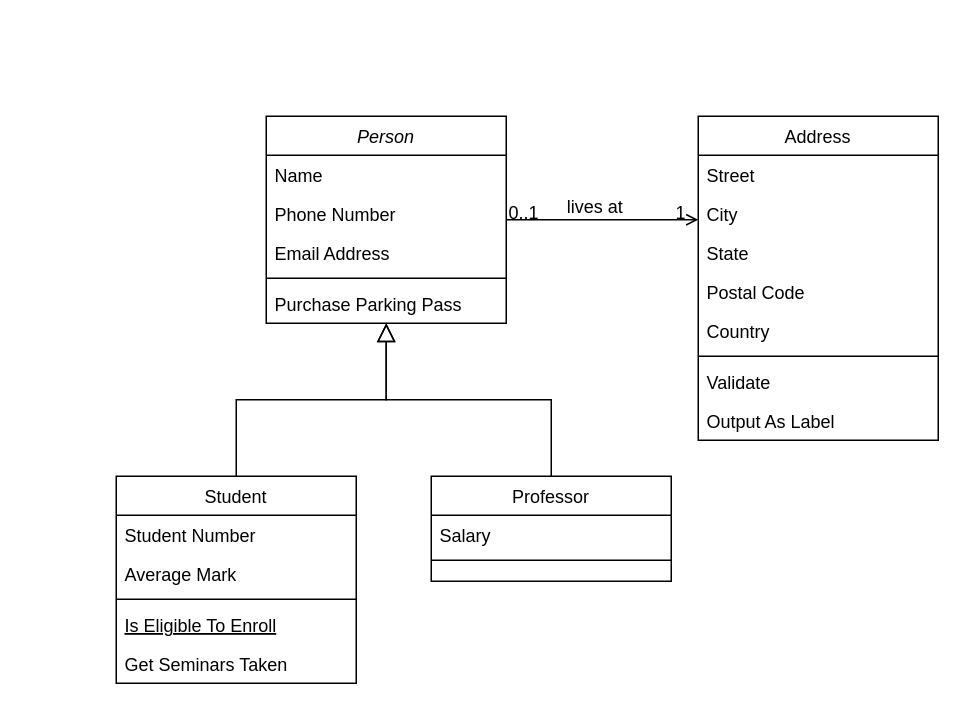
This is Untitled Diagram.drawio from yajunsn/flow, a draw.io file, before an edit. Source tidied: cells renumbered, new cells numbered last; positions are measured from the earlier drawing's top-left corner, leaving out a move shared by most shapes. Both pictures are drawn from the tidied source at 150%, with x=0, y=0 at pixel (116, 116).
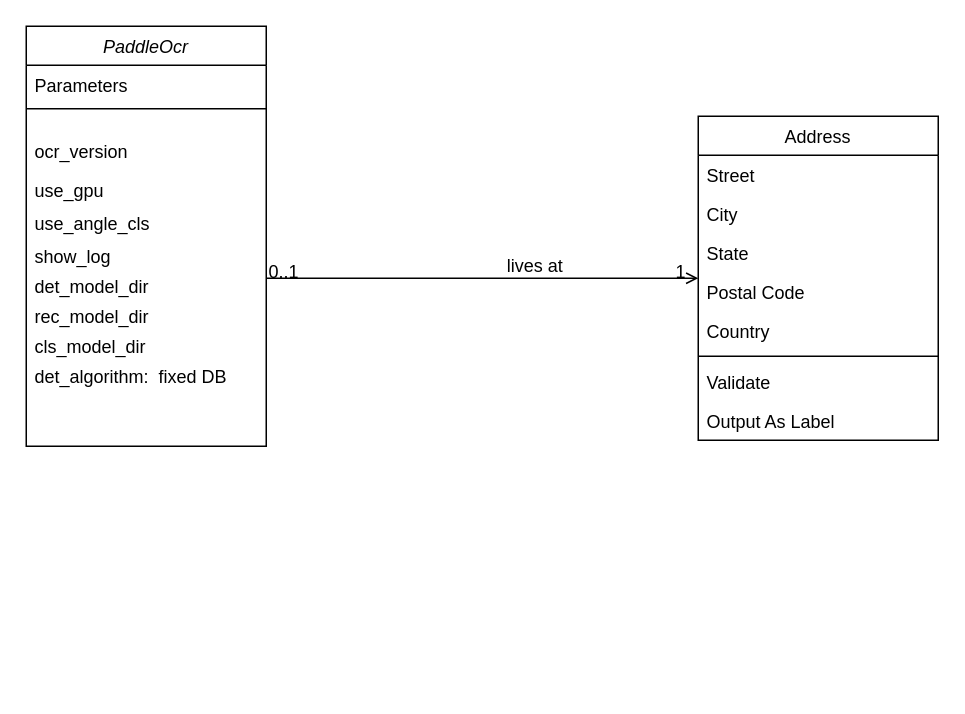
The same diagram, later.

The edit, as a diff of the source:
```diff
@@
-    <mxCell id="2" value="Person" style="swimlane;fontStyle=2;align=center;verticalAlign=top;horizontal=1;startSize=26;rounded=0;shadow=0;strokeWidth=1;" parent="1" vertex="1">
-      <mxGeometry x="100" width="160" height="138" as="geometry" />
+    <mxCell id="2" value="PaddleOcr" style="swimlane;fontStyle=2;align=center;verticalAlign=top;horizontal=1;startSize=26;rounded=0;shadow=0;strokeWidth=1;" parent="1" vertex="1">
+      <mxGeometry x="-60" y="-60" width="160" height="280" as="geometry" />
     </mxCell>
-    <mxCell id="3" value="Name" style="text;align=left;verticalAlign=top;spacingLeft=4;spacingRight=4;overflow=hidden;" parent="2" vertex="1">
-      <mxGeometry y="26" width="160" height="26" as="geometry" />
+    <mxCell id="3" value="Parameters" style="text;align=left;verticalAlign=top;spacingLeft=4;spacingRight=4;overflow=hidden;" parent="2" vertex="1">
+      <mxGeometry y="26" width="160" height="14" as="geometry" />
     </mxCell>
+    <mxCell id="6" style="line;html=1;strokeWidth=1;align=left;verticalAlign=middle;spacingTop=-1;spacingLeft=3;spacingRight=3;labelPosition=right;" parent="2" vertex="1">
+      <mxGeometry y="40" width="160" height="30" as="geometry" />
+    </mxCell>
-    <mxCell id="4" value="Phone Number" style="text;align=left;verticalAlign=top;spacingLeft=4;spacingRight=4;overflow=hidden;rounded=0;shadow=0;html=0;" parent="2" vertex="1">
-      <mxGeometry y="52" width="160" height="26" as="geometry" />
+    <mxCell id="4" value="ocr_version" style="text;align=left;verticalAlign=top;spacingLeft=4;spacingRight=4;overflow=hidden;rounded=0;shadow=0;html=0;" parent="2" vertex="1">
+      <mxGeometry y="70" width="160" height="26" as="geometry" />
     </mxCell>
-    <mxCell id="5" value="Email Address" style="text;align=left;verticalAlign=top;spacingLeft=4;spacingRight=4;overflow=hidden;rounded=0;shadow=0;html=0;" parent="2" vertex="1">
-      <mxGeometry y="78" width="160" height="26" as="geometry" />
+    <mxCell id="5" value="use_gpu" style="text;align=left;verticalAlign=top;spacingLeft=4;spacingRight=4;overflow=hidden;rounded=0;shadow=0;html=0;" parent="2" vertex="1">
+      <mxGeometry y="96" width="160" height="22" as="geometry" />
     </mxCell>
-    <mxCell id="6" style="line;html=1;strokeWidth=1;align=left;verticalAlign=middle;spacingTop=-1;spacingLeft=3;spacingRight=3;labelPosition=right;" parent="2" vertex="1">
-      <mxGeometry y="104" width="160" height="8" as="geometry" />
-    </mxCell>
+    <mxCell id="32" value="use_angle_cls" style="text;align=left;verticalAlign=top;spacingLeft=4;spacingRight=4;overflow=hidden;rounded=0;shadow=0;html=0;" parent="2" vertex="1">
+      <mxGeometry y="118" width="160" height="22" as="geometry" />
+    </mxCell>
-    <mxCell id="7" value="Purchase Parking Pass" style="text;align=left;verticalAlign=top;spacingLeft=4;spacingRight=4;overflow=hidden;" parent="2" vertex="1">
-      <mxGeometry y="112" width="160" height="26" as="geometry" />
+    <mxCell id="7" value="show_log" style="text;align=left;verticalAlign=top;spacingLeft=4;spacingRight=4;overflow=hidden;" parent="2" vertex="1">
+      <mxGeometry y="140" width="160" height="20" as="geometry" />
     </mxCell>
-    <mxCell id="8" value="Student" style="swimlane;fontStyle=0;align=center;verticalAlign=top;horizontal=1;startSize=26;rounded=0;shadow=0;strokeWidth=1;" parent="1" vertex="1">
-      <mxGeometry y="240" width="160" height="138" as="geometry" />
-    </mxCell>
-    <mxCell id="9" value="Student Number" style="text;align=left;verticalAlign=top;spacingLeft=4;spacingRight=4;overflow=hidden;" parent="8" vertex="1">
-      <mxGeometry y="26" width="160" height="26" as="geometry" />
-    </mxCell>
-    <mxCell id="10" value="Average Mark" style="text;align=left;verticalAlign=top;spacingLeft=4;spacingRight=4;overflow=hidden;rounded=0;shadow=0;html=0;" parent="8" vertex="1">
-      <mxGeometry y="52" width="160" height="26" as="geometry" />
-    </mxCell>
-    <mxCell id="11" style="line;html=1;strokeWidth=1;align=left;verticalAlign=middle;spacingTop=-1;spacingLeft=3;spacingRight=3;labelPosition=right;" parent="8" vertex="1">
-      <mxGeometry y="78" width="160" height="8" as="geometry" />
-    </mxCell>
-    <mxCell id="12" value="Is Eligible To Enroll" style="text;align=left;verticalAlign=top;spacingLeft=4;spacingRight=4;overflow=hidden;fontStyle=4;" parent="8" vertex="1">
-      <mxGeometry y="86" width="160" height="26" as="geometry" />
-    </mxCell>
-    <mxCell id="13" value="Get Seminars Taken" style="text;align=left;verticalAlign=top;spacingLeft=4;spacingRight=4;overflow=hidden;" parent="8" vertex="1">
-      <mxGeometry y="112" width="160" height="26" as="geometry" />
-    </mxCell>
-    <mxCell id="14" style="endArrow=block;endSize=10;endFill=0;shadow=0;strokeWidth=1;rounded=0;curved=0;edgeStyle=elbowEdgeStyle;elbow=vertical;" parent="1" edge="1" source="8" target="2">
-      <mxGeometry relative="1" as="geometry" />
-    </mxCell>
-    <mxCell id="15" value="Professor" style="swimlane;fontStyle=0;align=center;verticalAlign=top;horizontal=1;startSize=26;rounded=0;shadow=0;strokeWidth=1;" parent="1" vertex="1">
-      <mxGeometry x="210" y="240" width="160" height="70" as="geometry" />
-    </mxCell>
-    <mxCell id="16" value="Salary" style="text;align=left;verticalAlign=top;spacingLeft=4;spacingRight=4;overflow=hidden;" parent="15" vertex="1">
-      <mxGeometry y="26" width="160" height="26" as="geometry" />
-    </mxCell>
-    <mxCell id="17" style="line;html=1;strokeWidth=1;align=left;verticalAlign=middle;spacingTop=-1;spacingLeft=3;spacingRight=3;labelPosition=right;" parent="15" vertex="1">
-      <mxGeometry y="52" width="160" height="8" as="geometry" />
-    </mxCell>
-    <mxCell id="18" style="endArrow=block;endSize=10;endFill=0;shadow=0;strokeWidth=1;rounded=0;curved=0;edgeStyle=elbowEdgeStyle;elbow=vertical;" parent="1" edge="1" source="15" target="2">
-      <mxGeometry relative="1" as="geometry" />
-    </mxCell>
+    <mxCell id="33" value="det_model_dir" style="text;align=left;verticalAlign=top;spacingLeft=4;spacingRight=4;overflow=hidden;" parent="2" vertex="1">
+      <mxGeometry y="160" width="160" height="20" as="geometry" />
+    </mxCell>
+    <mxCell id="34" value="rec_model_dir" style="text;align=left;verticalAlign=top;spacingLeft=4;spacingRight=4;overflow=hidden;" parent="2" vertex="1">
+      <mxGeometry y="180" width="160" height="20" as="geometry" />
+    </mxCell>
+    <mxCell id="35" value="cls_model_dir" style="text;align=left;verticalAlign=top;spacingLeft=4;spacingRight=4;overflow=hidden;" parent="2" vertex="1">
+      <mxGeometry y="200" width="160" height="20" as="geometry" />
+    </mxCell>
+    <mxCell id="36" value="det_algorithm:  fixed DB" style="text;align=left;verticalAlign=top;spacingLeft=4;spacingRight=4;overflow=hidden;" parent="2" vertex="1">
+      <mxGeometry y="220" width="160" height="20" as="geometry" />
+    </mxCell>
```
